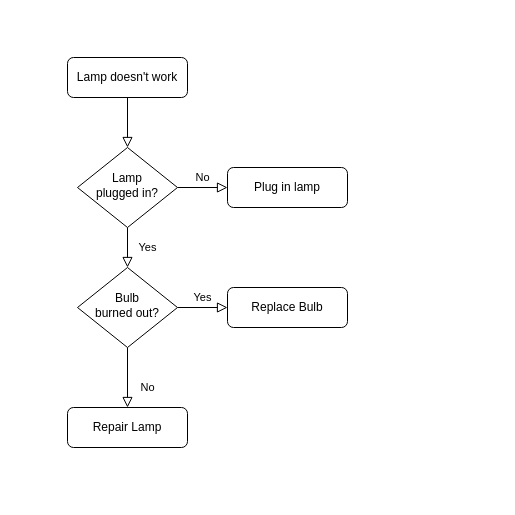
Before: Untitled Diagram.drawio in chibitessii/chibitessii, a draw.io diagram. Source tidied: cells renumbered, new cells numbered last; positions are measured from the earlier drawing's top-left corner, leaving out a move shared by most shapes. Both pictures are drawn from the tidied source at 100%, with x=0, y=0 at pixel (67, 57).
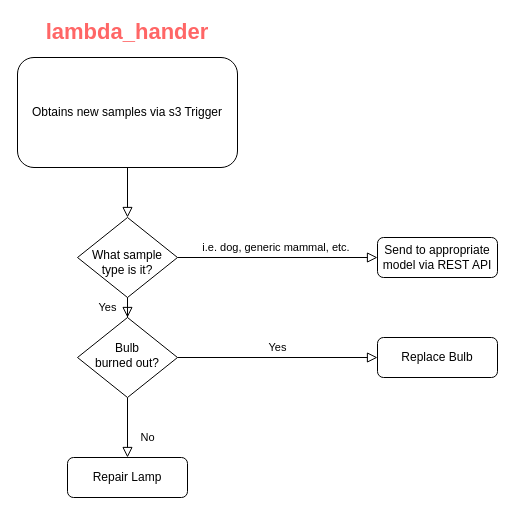
After the change.

Commit message:
Prod Pipeline Flowchart

The edit, as a diff of the source:
```diff
@@
 <mxGraphModel>
   <root>
     <mxCell id="0" />
     <mxCell id="1" parent="0" />
     <mxCell id="2" style="rounded=0;html=1;jettySize=auto;fontSize=11;endArrow=block;endFill=0;endSize=8;strokeWidth=1;shadow=0;labelBackgroundColor=none;edgeStyle=orthogonalEdgeStyle;" parent="1" edge="1" source="3" target="6">
       <mxGeometry relative="1" as="geometry" />
     </mxCell>
-    <mxCell id="3" value="Lamp doesn't work" style="rounded=1;whiteSpace=wrap;html=1;fontSize=12;glass=0;strokeWidth=1;shadow=0;" parent="1" vertex="1">
-      <mxGeometry width="120" height="40" as="geometry" />
+    <mxCell id="3" value="Obtains new samples via s3 Trigger" style="rounded=1;whiteSpace=wrap;html=1;fontSize=12;glass=0;strokeWidth=1;shadow=0;" parent="1" vertex="1">
+      <mxGeometry x="-50" width="220" height="110" as="geometry" />
     </mxCell>
     <mxCell id="4" value="Yes" style="rounded=0;html=1;jettySize=auto;fontSize=11;endArrow=block;endFill=0;endSize=8;strokeWidth=1;shadow=0;labelBackgroundColor=none;edgeStyle=orthogonalEdgeStyle;" parent="1" edge="1" source="6" target="10">
       <mxGeometry y="20" relative="1" as="geometry" />
     </mxCell>
-    <mxCell id="5" value="No" style="edgeStyle=orthogonalEdgeStyle;rounded=0;html=1;jettySize=auto;fontSize=11;endArrow=block;endFill=0;endSize=8;strokeWidth=1;shadow=0;labelBackgroundColor=none;" parent="1" edge="1" source="6" target="7">
+    <mxCell id="5" value="i.e. dog, generic mammal, etc.&amp;nbsp;" style="edgeStyle=orthogonalEdgeStyle;rounded=0;html=1;jettySize=auto;fontSize=11;endArrow=block;endFill=0;endSize=8;strokeWidth=1;shadow=0;labelBackgroundColor=none;" parent="1" edge="1" source="6" target="7">
       <mxGeometry y="10" relative="1" as="geometry" />
     </mxCell>
-    <mxCell id="6" value="Lamp&lt;br&gt;plugged in?" style="rhombus;whiteSpace=wrap;html=1;shadow=0;fontFamily=Helvetica;fontSize=12;align=center;strokeWidth=1;spacing=6;spacingTop=-4;" parent="1" vertex="1">
-      <mxGeometry x="10" y="90" width="100" height="80" as="geometry" />
+    <mxCell id="6" value="&lt;br&gt;What sample type is it?" style="rhombus;whiteSpace=wrap;html=1;shadow=0;fontFamily=Helvetica;fontSize=12;align=center;strokeWidth=1;spacing=6;spacingTop=-4;" parent="1" vertex="1">
+      <mxGeometry x="10" y="160" width="100" height="80" as="geometry" />
     </mxCell>
-    <mxCell id="7" value="Plug in lamp" style="rounded=1;whiteSpace=wrap;html=1;fontSize=12;glass=0;strokeWidth=1;shadow=0;" parent="1" vertex="1">
-      <mxGeometry x="160" y="110" width="120" height="40" as="geometry" />
+    <mxCell id="7" value="Send to appropriate model via REST API" style="rounded=1;whiteSpace=wrap;html=1;fontSize=12;glass=0;strokeWidth=1;shadow=0;" parent="1" vertex="1">
+      <mxGeometry x="310" y="180" width="120" height="40" as="geometry" />
     </mxCell>
     <mxCell id="8" value="No" style="rounded=0;html=1;jettySize=auto;fontSize=11;endArrow=block;endFill=0;endSize=8;strokeWidth=1;shadow=0;labelBackgroundColor=none;edgeStyle=orthogonalEdgeStyle;" parent="1" edge="1" source="10" target="11">
       <mxGeometry x="0.33" y="20" relative="1" as="geometry" />
     </mxCell>
     <mxCell id="9" value="Yes" style="edgeStyle=orthogonalEdgeStyle;rounded=0;html=1;jettySize=auto;fontSize=11;endArrow=block;endFill=0;endSize=8;strokeWidth=1;shadow=0;labelBackgroundColor=none;" parent="1" edge="1" source="10" target="12">
       <mxGeometry y="10" relative="1" as="geometry" />
     </mxCell>
     <mxCell id="10" value="Bulb&lt;br&gt;burned out?" style="rhombus;whiteSpace=wrap;html=1;shadow=0;fontFamily=Helvetica;fontSize=12;align=center;strokeWidth=1;spacing=6;spacingTop=-4;" parent="1" vertex="1">
-      <mxGeometry x="10" y="210" width="100" height="80" as="geometry" />
+      <mxGeometry x="10" y="260" width="100" height="80" as="geometry" />
     </mxCell>
     <mxCell id="11" value="Repair Lamp" style="rounded=1;whiteSpace=wrap;html=1;fontSize=12;glass=0;strokeWidth=1;shadow=0;" parent="1" vertex="1">
-      <mxGeometry y="350" width="120" height="40" as="geometry" />
+      <mxGeometry y="400" width="120" height="40" as="geometry" />
     </mxCell>
     <mxCell id="12" value="Replace Bulb" style="rounded=1;whiteSpace=wrap;html=1;fontSize=12;glass=0;strokeWidth=1;shadow=0;" parent="1" vertex="1">
-      <mxGeometry x="160" y="230" width="120" height="40" as="geometry" />
+      <mxGeometry x="310" y="280" width="120" height="40" as="geometry" />
     </mxCell>
+    <mxCell id="13" value="&lt;font color=&quot;#ff6666&quot; style=&quot;font-size: 22px;&quot;&gt;&lt;b&gt;lambda_hander&lt;/b&gt;&lt;/font&gt;" style="text;html=1;strokeColor=none;fillColor=none;align=center;verticalAlign=middle;whiteSpace=wrap;rounded=0;" parent="1" vertex="1">
+      <mxGeometry x="30" y="-40" width="60" height="30" as="geometry" />
+    </mxCell>
   </root>
 </mxGraphModel>
```
